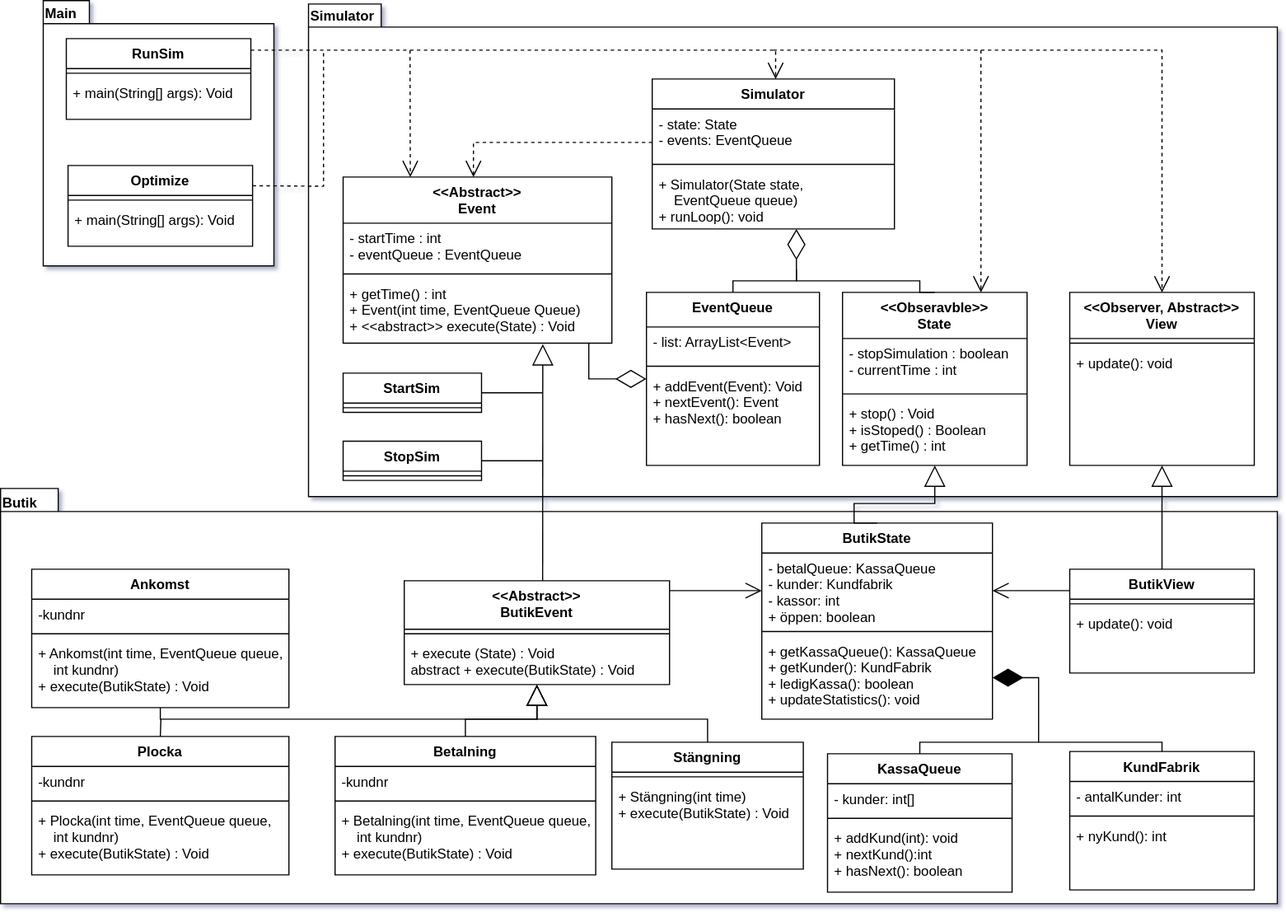
The draw.io diagram docs/uml.drawio.svg in Spooky-Firefox/labb_6, before a commit. Source tidied: cells renumbered, new cells last; positions are measured from the earlier drawing's top-left corner, leaving out a move shared by most shapes.
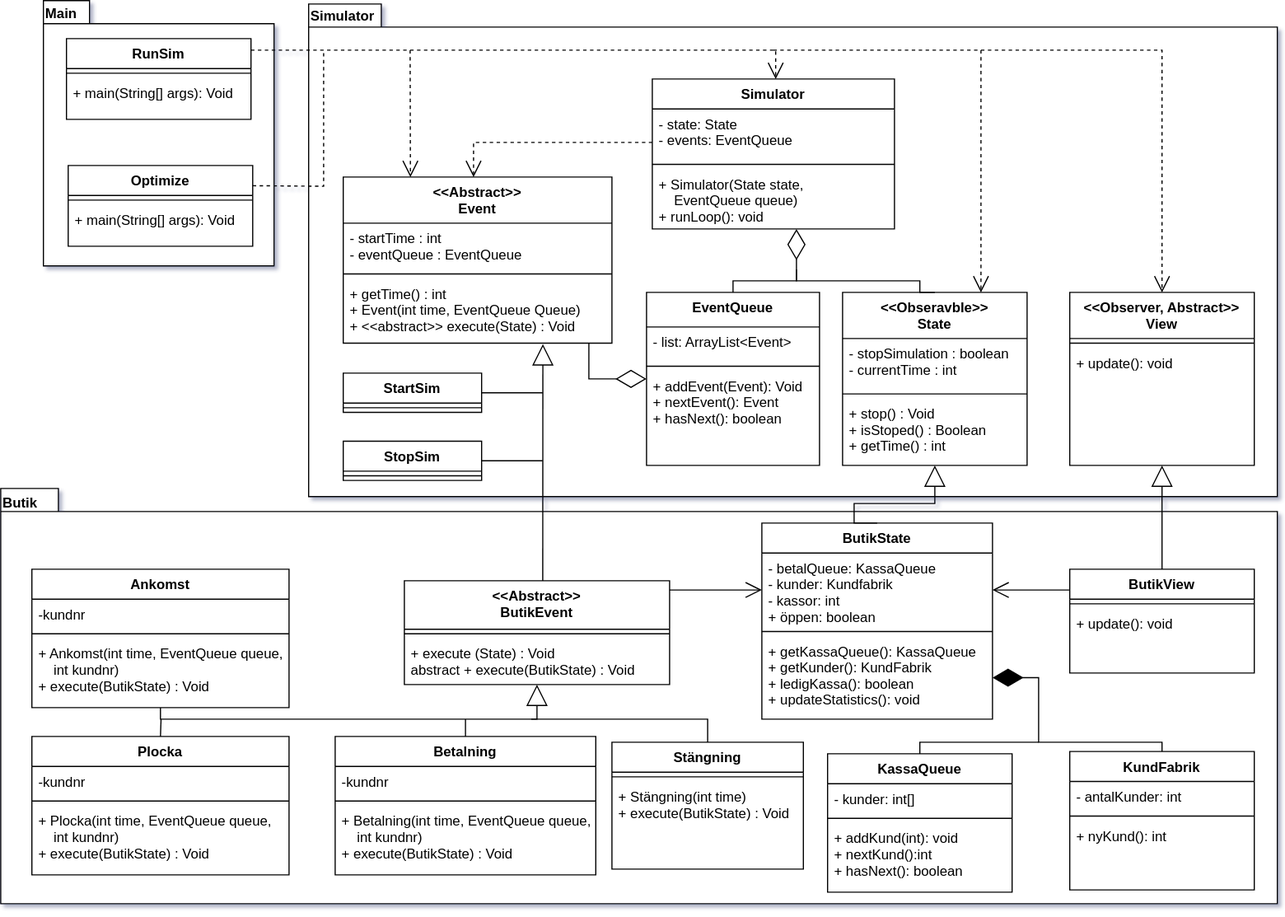
The same diagram one commit later.

Commit message:
Uppdaterad uml igen

Diff of the diagram source:
```diff
@@ -274,22 +274,6 @@
         </Array>
       </mxGeometry>
     </mxCell>
-    <mxCell id="80" style="endArrow=block;endSize=16;endFill=0;html=1;rounded=0;edgeStyle=orthogonalEdgeStyle;" parent="1" edge="1" source="69" target="58">
-      <mxGeometry relative="1" as="geometry">
-        <Array as="points">
-          <mxPoint x="403" y="623" />
-          <mxPoint x="465" y="623" />
-        </Array>
-      </mxGeometry>
-    </mxCell>
-    <mxCell id="81" style="endArrow=block;endSize=16;endFill=0;html=1;rounded=0;edgeStyle=orthogonalEdgeStyle;" parent="1" edge="1" source="73" target="58">
-      <mxGeometry relative="1" as="geometry">
-        <Array as="points">
-          <mxPoint x="613" y="623" />
-          <mxPoint x="465" y="623" />
-        </Array>
-      </mxGeometry>
-    </mxCell>
     <mxCell id="82" style="endArrow=none;html=1;rounded=0;exitX=0.5;exitY=0;exitDx=0;exitDy=0;" parent="1" edge="1" source="65">
       <mxGeometry relative="1" as="geometry">
         <mxPoint x="139" y="623" as="targetPoint" />
@@ -338,5 +322,18 @@
         </Array>
       </mxGeometry>
     </mxCell>
+    <mxCell id="89" style="endArrow=none;html=1;rounded=0;exitX=0.5;exitY=0;exitDx=0;exitDy=0;" parent="1" edge="1" source="69">
+      <mxGeometry relative="1" as="geometry">
+        <mxPoint x="403" y="623" as="targetPoint" />
+      </mxGeometry>
+    </mxCell>
+    <mxCell id="90" style="endArrow=none;html=1;rounded=0;exitX=0.5;exitY=0;exitDx=0;exitDy=0;" parent="1" edge="1" source="73">
+      <mxGeometry relative="1" as="geometry">
+        <mxPoint x="460" y="623" as="targetPoint" />
+        <Array as="points">
+          <mxPoint x="613" y="623" />
+        </Array>
+      </mxGeometry>
+    </mxCell>
   </root>
 </mxGraphModel>
```
